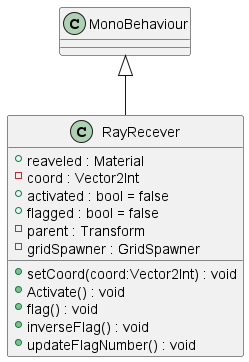
Earlier version of the PlantUML export uml-output/RayRecever.png (Eliaz-LR/3D-Minesweeper). Its diagram source:
```plantuml
@startuml
class RayRecever {
    + reaveled : Material
    - coord : Vector2Int
    + activated : bool = false
    + flagged : bool = false
    - parent : Transform
    - gridSpawner : GridSpawner
    + setCoord(coord:Vector2Int) : void
    + Activate() : void
    + flag() : void
    + inverseFlag() : void
    + updateFlagNumber() : void
}
MonoBehaviour <|-- RayRecever
@enduml
```
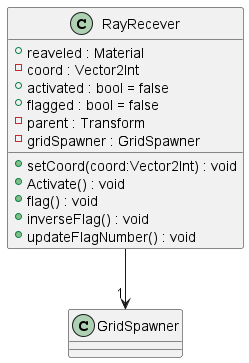
After the commit.

The edit, as a diff of the source:
```diff
@@ -12,5 +12,5 @@
     + inverseFlag() : void
     + updateFlagNumber() : void
 }
-MonoBehaviour <|-- RayRecever
+RayRecever --> "1" GridSpawner
 @enduml
```
